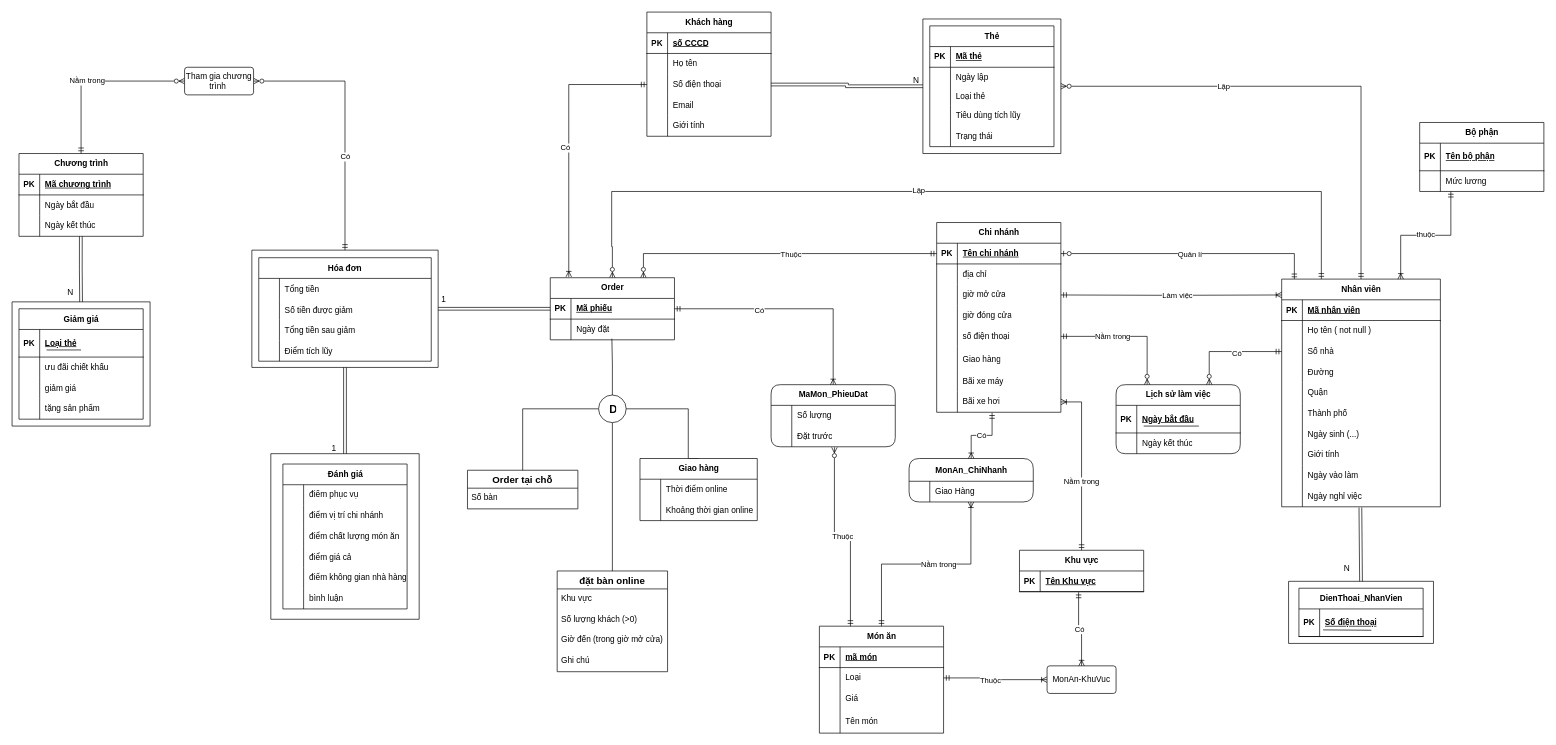
botbienn/Do-an-sushi-CSDL-22-1-nhom-10 keeps this draw.io diagram as ER-SecondHalf.drawio. Above is the earlier version. Source tidied: cells renumbered, new cells numbered last; positions are measured from the earlier drawing's top-left corner, leaving out a move shared by most shapes. Both pictures are drawn from the tidied source at 69%, with x=0, y=0 at pixel (12, 12).
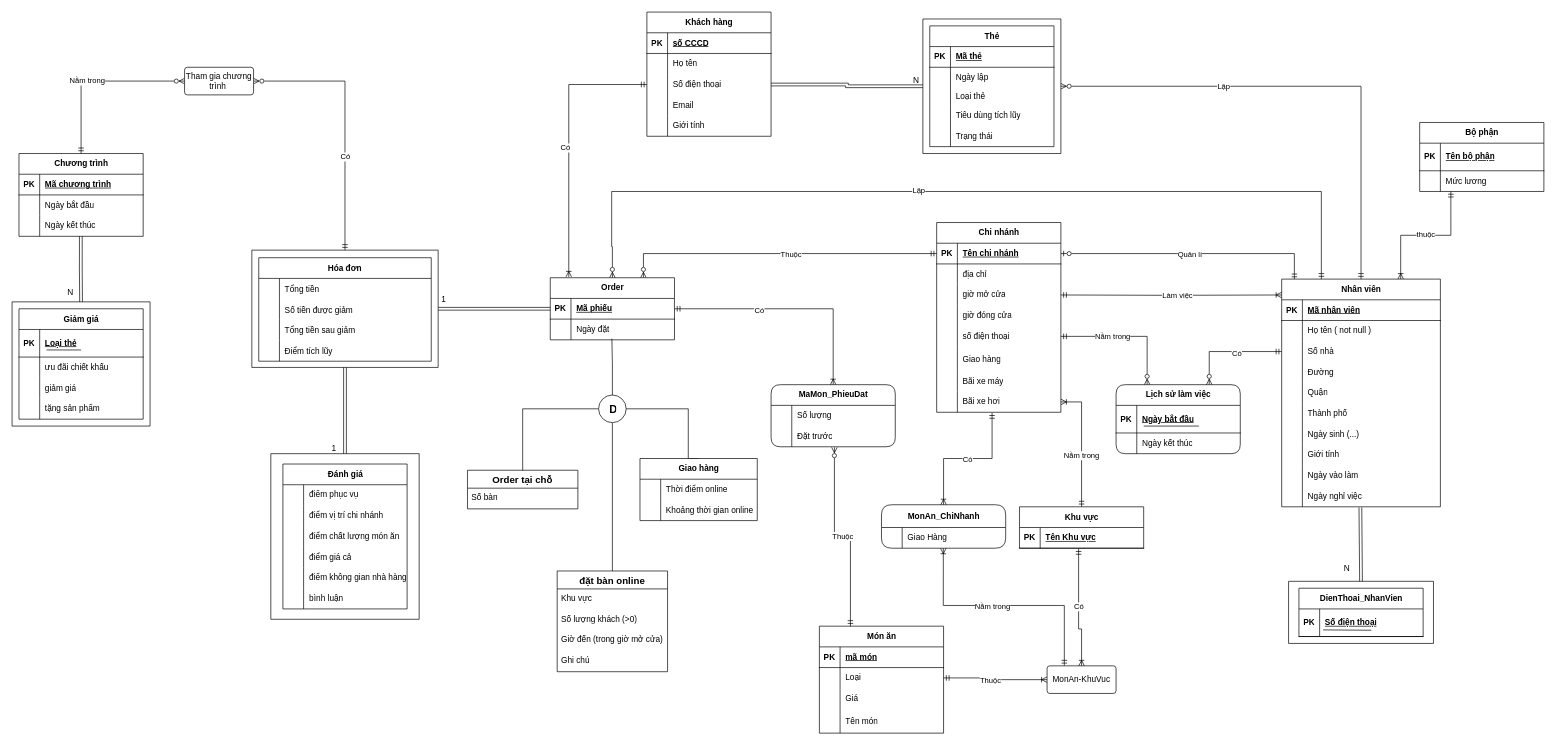
After the change.

Commit message (it also covers changes not shown here):
change monan_chinhanh

Unchanged cells that the change refers to:
```xml
<mxCell id="2" value="Món ăn" style="shape=table;startSize=30;childLayout=tableLayout;rowLines=0;fontStyle=1;align=center;html=1;" parent="1" vertex="1">
  <mxGeometry x="1170" y="890" width="180" height="155" as="geometry" />
</mxCell>
<mxCell id="184" style="shape=tableRow;horizontal=0;startSize=0;swimlaneHead=0;swimlaneBody=0;fillColor=none;points=[[0,0.5],[1,0.5]];portConstraint=eastwest;top=0;left=0;right=0;bottom=0;" parent="183" vertex="1">
  <mxGeometry y="33" width="180" height="30" as="geometry" />
</mxCell>
<mxCell id="259" value="MonAn-KhuVuc" style="rounded=1;arcSize=10;whiteSpace=wrap;html=1;align=center;" parent="1" vertex="1">
  <mxGeometry x="1500" y="947.5" width="100" height="40" as="geometry" />
</mxCell>
```

Change to the diagram source:
```diff
@@
     <mxCell id="183" value="MonAn_ChiNhanh" style="shape=table;startSize=33;childLayout=tableLayout;rowLines=0;fontStyle=1;align=center;html=1;rounded=1;" parent="1" vertex="1">
-      <mxGeometry x="1300" y="647" width="180" height="63" as="geometry" />
+      <mxGeometry x="1260" y="714" width="180" height="63" as="geometry" />
     </mxCell>
@@
-    <mxCell id="189" style="edgeStyle=orthogonalEdgeStyle;fontSize=12;html=1;endArrow=ERoneToMany;startArrow=ERmandOne;rounded=0;entryX=0.498;entryY=1.001;entryDx=0;entryDy=0;exitX=0.5;exitY=0;exitDx=0;exitDy=0;entryPerimeter=0;startFill=0;endFill=0;" parent="1" edge="1" source="2" target="184">
-      <mxGeometry relative="1" as="geometry" />
+    <mxCell id="189" style="edgeStyle=orthogonalEdgeStyle;fontSize=12;html=1;endArrow=ERoneToMany;startArrow=ERmandOne;rounded=0;entryX=0.498;entryY=1.001;entryDx=0;entryDy=0;exitX=0.25;exitY=0;exitDx=0;exitDy=0;entryPerimeter=0;startFill=0;endFill=0;" parent="1" edge="1" source="259" target="184">
+      <mxGeometry relative="1" as="geometry">
+        <Array as="points">
+          <mxPoint x="1525" y="860" />
+          <mxPoint x="1350" y="860" />
+        </Array>
+      </mxGeometry>
     </mxCell>
@@
     <mxCell id="253" value="Khu vực" style="shape=table;startSize=30;childLayout=tableLayout;rowLines=0;fontStyle=1;align=center;html=1;" parent="1" vertex="1">
-      <mxGeometry x="1460" y="780" width="180" height="60" as="geometry" />
+      <mxGeometry x="1460" y="717" width="180" height="60" as="geometry" />
     </mxCell>
```
